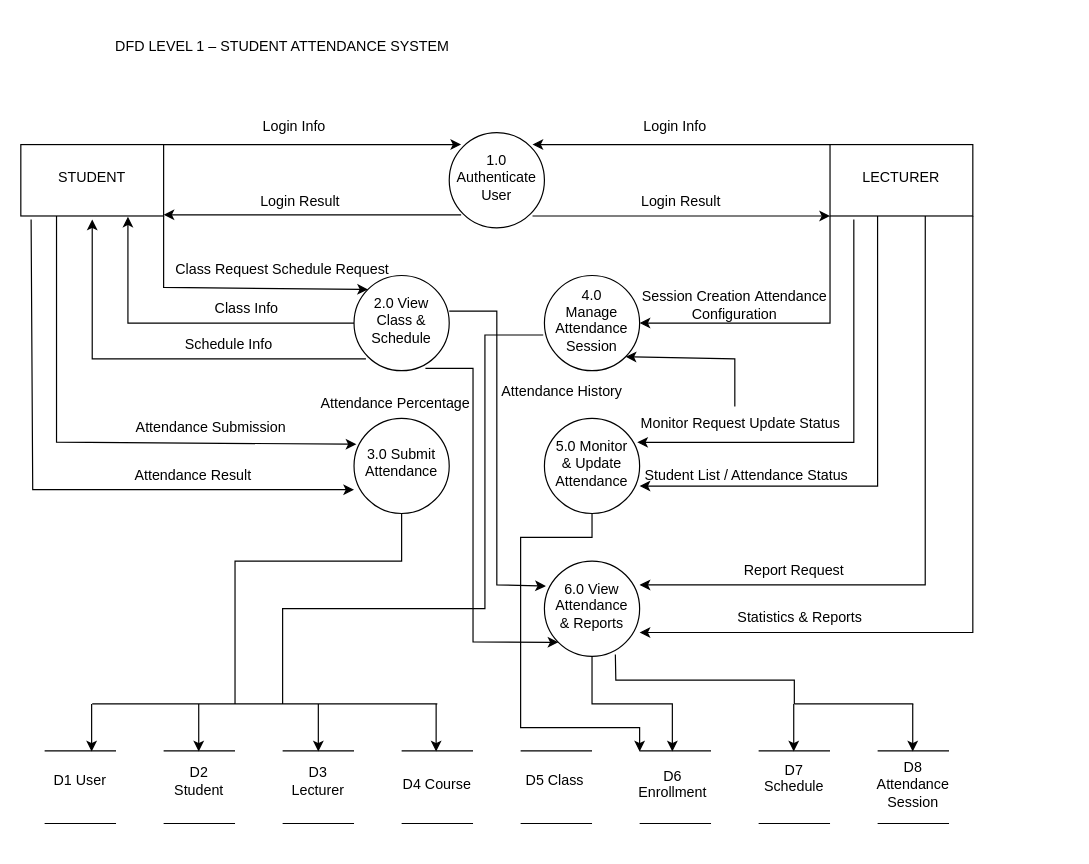
Earlier version of the draw.io diagram level1dfd.drawio (Corn-2ki6/Student-Attendance-SYS). Source tidied: cells renumbered, new cells numbered last; positions are measured from the earlier drawing's top-left corner, leaving out a move shared by most shapes. Both pictures are drawn from the tidied source at 119%, with x=0, y=0 at pixel (20, 37).
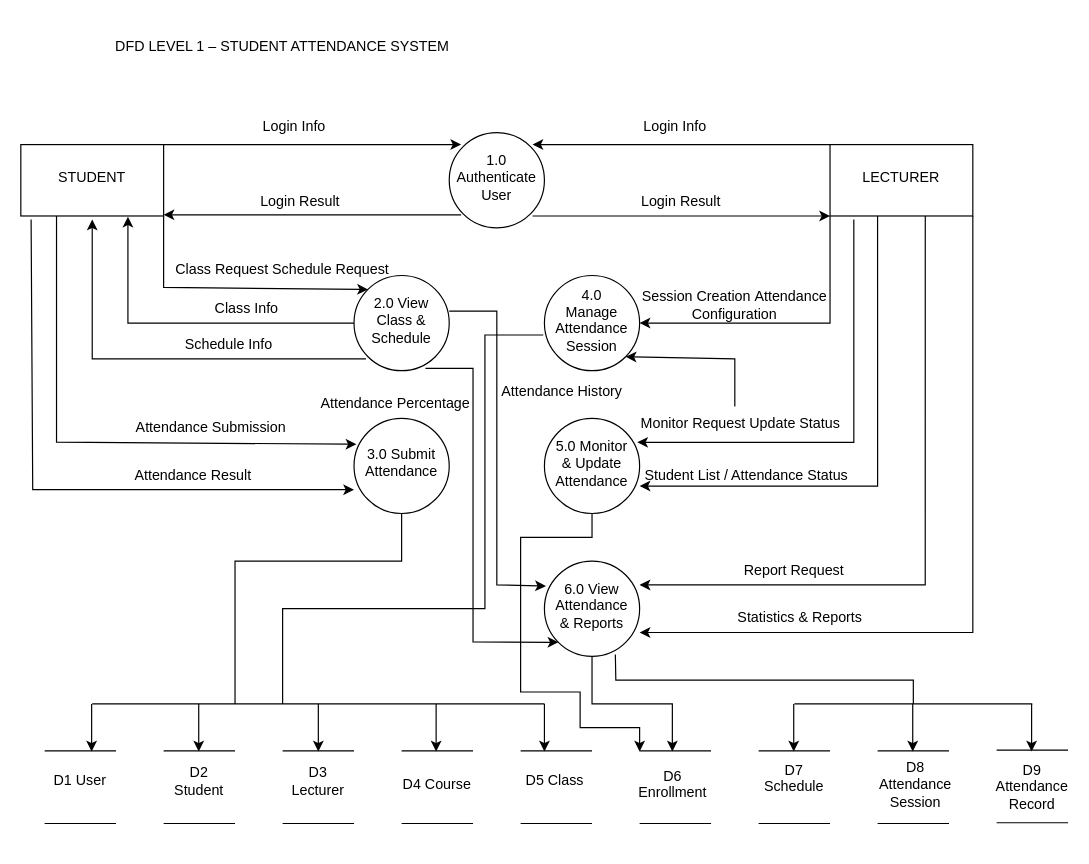
The same diagram, later.

Commit message:
Cập nhật level1dfd.docx

The change refers to these unchanged cells:
```xml
<mxCell id="21" style="ellipse;whiteSpace=wrap;html=1;shapeInside=1;" parent="1" vertex="1">
  <mxGeometry x="440" y="320" width="80" height="80" as="geometry" />
</mxCell>
<mxCell id="27" style="ellipse;whiteSpace=wrap;html=1;shapeInside=1;" parent="1" vertex="1">
  <mxGeometry x="440" y="440" width="80" height="80" as="geometry" />
</mxCell>
```

Diff of the diagram source:
```diff
@@
     <mxCell id="62" value="&#10;D8 Attendance Session&#10;&#10;" style="text;html=1;whiteSpace=wrap;strokeColor=none;fillColor=none;align=center;verticalAlign=middle;rounded=0;" parent="1" vertex="1">
-      <mxGeometry x="720" y="620" width="60" height="30" as="geometry" />
+      <mxGeometry x="722" y="620" width="60" height="30" as="geometry" />
     </mxCell>
@@
     <mxCell id="66" style="endArrow=none;html=1;rounded=0;" parent="1" edge="1">
       <mxGeometry relative="1" as="geometry">
         <mxPoint x="650" y="560" as="sourcePoint" />
-        <mxPoint x="750" y="560" as="targetPoint" />
+        <mxPoint x="850" y="560" as="targetPoint" />
       </mxGeometry>
     </mxCell>
     <mxCell id="67" style="endArrow=none;html=1;rounded=0;entryX=0.745;entryY=0.982;entryDx=0;entryDy=0;entryPerimeter=0;" parent="1" edge="1" target="27">
       <mxGeometry relative="1" as="geometry">
-        <mxPoint x="650" y="560" as="sourcePoint" />
+        <mxPoint x="750" y="560" as="sourcePoint" />
         <Array as="points">
-          <mxPoint x="650" y="540" />
+          <mxPoint x="750" y="540" />
           <mxPoint x="500" y="540" />
         </Array>
       </mxGeometry>
     </mxCell>
     <mxCell id="68" style="endArrow=classic;html=1;rounded=0;exitX=0.5;exitY=1;exitDx=0;exitDy=0;" parent="1" edge="1" source="21">
       <mxGeometry relative="1" as="geometry">
         <mxPoint x="520" y="600" as="targetPoint" />
         <Array as="points">
           <mxPoint x="480" y="420" />
           <mxPoint x="420" y="420" />
-          <mxPoint x="420" y="580" />
+          <mxPoint x="420" y="550" />
+          <mxPoint x="470" y="550" />
+          <mxPoint x="470" y="580" />
           <mxPoint x="520" y="580" />
         </Array>
       </mxGeometry>
     </mxCell>
@@
     <mxCell id="77" style="endArrow=none;html=1;rounded=0;" parent="1" edge="1">
       <mxGeometry relative="1" as="geometry">
         <mxPoint x="60" y="560" as="sourcePoint" />
-        <mxPoint x="350" y="560" as="targetPoint" />
+        <mxPoint x="440" y="560" as="targetPoint" />
       </mxGeometry>
     </mxCell>
@@
+    <mxCell id="81" style="shape=link;html=1;rounded=0;width=61;" parent="1" edge="1">
+      <mxGeometry relative="1" as="geometry">
+        <mxPoint x="820" y="629.4" as="sourcePoint" />
+        <mxPoint x="880" y="629.4" as="targetPoint" />
+      </mxGeometry>
+    </mxCell>
+    <mxCell id="82" value="D9&lt;div&gt;Attendance&lt;/div&gt;&lt;div&gt;Record&lt;/div&gt;" style="text;html=1;whiteSpace=wrap;strokeColor=none;fillColor=none;align=center;verticalAlign=middle;rounded=0;" parent="1" vertex="1">
+      <mxGeometry x="820" y="615" width="60" height="30" as="geometry" />
+    </mxCell>
+    <mxCell id="83" style="endArrow=classic;html=1;rounded=0;" parent="1" edge="1">
+      <mxGeometry relative="1" as="geometry">
+        <mxPoint x="849.4" y="560" as="sourcePoint" />
+        <mxPoint x="849.4" y="600" as="targetPoint" />
+      </mxGeometry>
+    </mxCell>
+    <mxCell id="84" style="endArrow=classic;html=1;rounded=0;" parent="1" edge="1">
+      <mxGeometry relative="1" as="geometry">
+        <mxPoint x="440" y="560" as="sourcePoint" />
+        <mxPoint x="440" y="600" as="targetPoint" />
+      </mxGeometry>
+    </mxCell>
```
